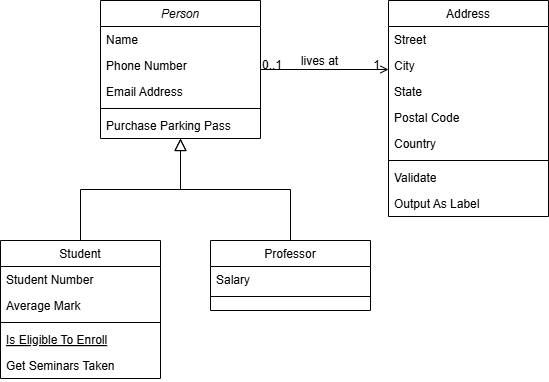
Before: Diagrama sin título.drawio.png, a diagram exported from draw.io (MalejandroTI/GestionRestaurante). Source tidied: cells renumbered, new cells last; positions are measured from the earlier drawing's top-left corner, leaving out a move shared by most shapes.
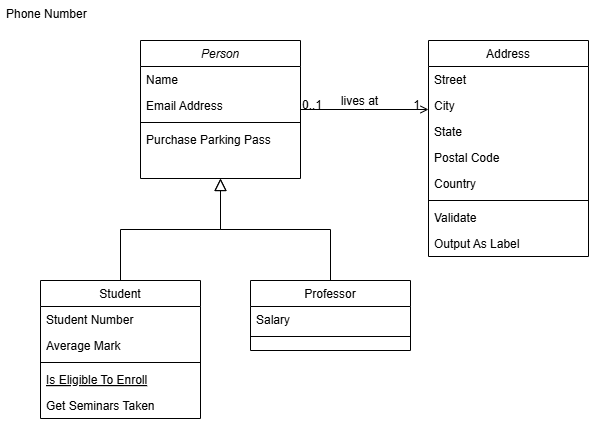
The same file after the commit.

Change to the diagram source:
```diff
@@ -8,17 +8,14 @@
     <mxCell id="3" value="Name" style="text;align=left;verticalAlign=top;spacingLeft=4;spacingRight=4;overflow=hidden;" parent="2" vertex="1">
       <mxGeometry y="26" width="160" height="26" as="geometry" />
     </mxCell>
-    <mxCell id="4" value="Phone Number" style="text;align=left;verticalAlign=top;spacingLeft=4;spacingRight=4;overflow=hidden;rounded=0;shadow=0;html=0;" parent="2" vertex="1">
-      <mxGeometry y="52" width="160" height="26" as="geometry" />
-    </mxCell>
     <mxCell id="5" value="Email Address" style="text;align=left;verticalAlign=top;spacingLeft=4;spacingRight=4;overflow=hidden;rounded=0;shadow=0;html=0;" parent="2" vertex="1">
-      <mxGeometry y="78" width="160" height="26" as="geometry" />
+      <mxGeometry y="52" width="160" height="26" as="geometry" />
     </mxCell>
     <mxCell id="6" style="line;html=1;strokeWidth=1;align=left;verticalAlign=middle;spacingTop=-1;spacingLeft=3;spacingRight=3;labelPosition=right;" parent="2" vertex="1">
-      <mxGeometry y="104" width="160" height="8" as="geometry" />
+      <mxGeometry y="78" width="160" height="8" as="geometry" />
     </mxCell>
     <mxCell id="7" value="Purchase Parking Pass" style="text;align=left;verticalAlign=top;spacingLeft=4;spacingRight=4;overflow=hidden;" parent="2" vertex="1">
-      <mxGeometry y="112" width="160" height="26" as="geometry" />
+      <mxGeometry y="86" width="160" height="26" as="geometry" />
     </mxCell>
     <mxCell id="8" value="Student" style="swimlane;fontStyle=0;align=center;verticalAlign=top;horizontal=1;startSize=26;rounded=0;shadow=0;strokeWidth=1;" parent="1" vertex="1">
       <mxGeometry y="240" width="160" height="138" as="geometry" />
@@ -100,5 +97,8 @@
         <mxPoint x="-38" y="40" as="offset" />
       </mxGeometry>
     </mxCell>
+    <mxCell id="4" value="Phone Number" style="text;align=left;verticalAlign=top;spacingLeft=4;spacingRight=4;overflow=hidden;rounded=0;shadow=0;html=0;" parent="1" vertex="1">
+      <mxGeometry x="-40" y="-40" width="160" height="26" as="geometry" />
+    </mxCell>
   </root>
 </mxGraphModel>
```
